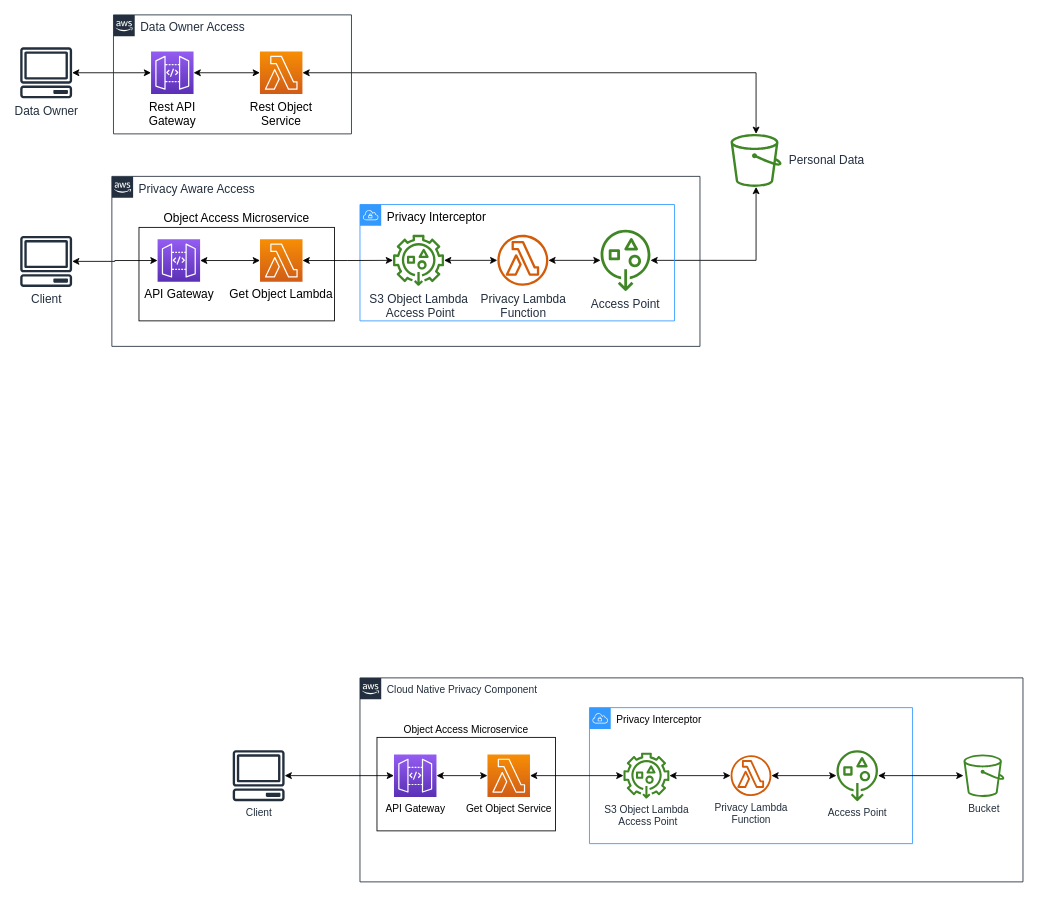
Before: privacy-component/template.drawio in guttenberger/peng, a draw.io diagram. Source tidied: cells renumbered, new cells numbered last; positions are measured from the earlier drawing's top-left corner, leaving out a move shared by most shapes. Both pictures are drawn from the tidied source at 85%, with x=0, y=0 at pixel (20, 14).
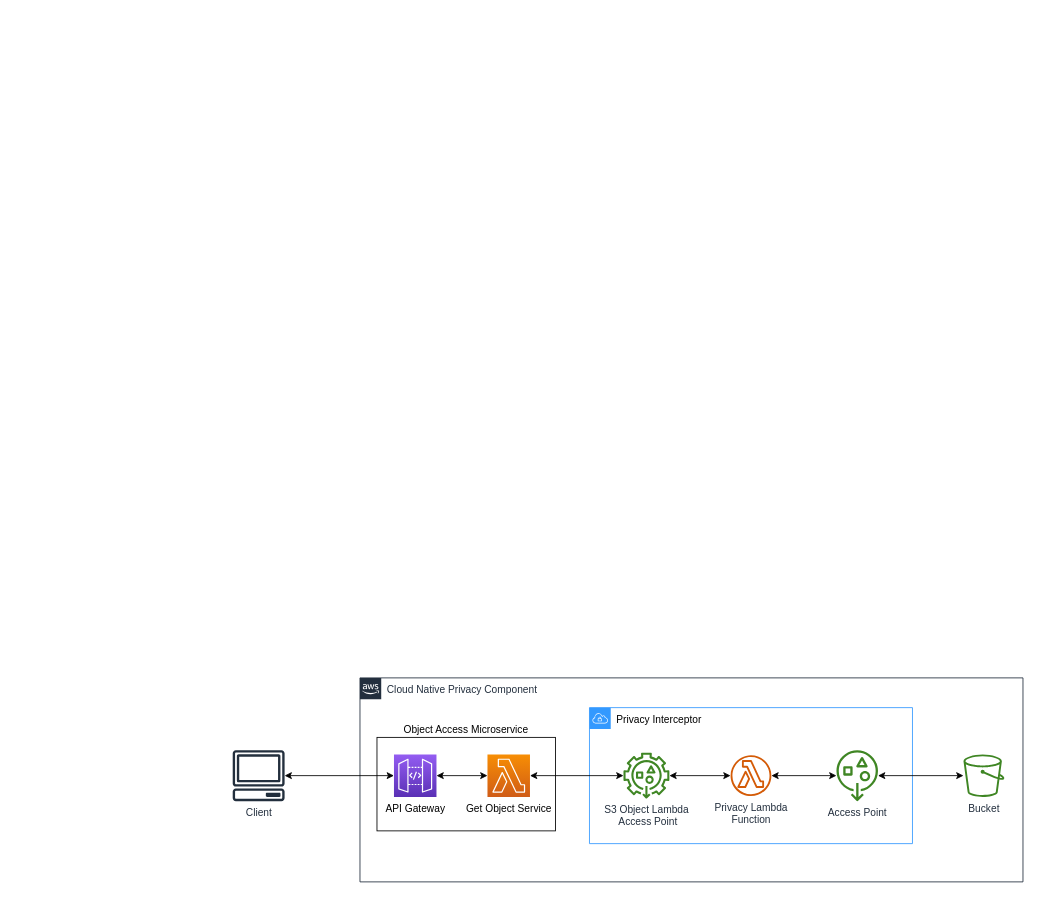
Above is the later version.

Commit message (it also covers changes not shown here):
add architecture diagram

Diff of the diagram source:
```diff
@@
-    <mxCell id="2" style="edgeStyle=orthogonalEdgeStyle;rounded=0;jettySize=auto;html=1;fontColor=#000000;fontSize=14;startArrow=classic;startFill=1;" parent="1" edge="1" source="34" target="24">
-      <mxGeometry relative="1" as="geometry" />
-    </mxCell>
-    <mxCell id="3" style="edgeStyle=orthogonalEdgeStyle;rounded=0;jettySize=auto;html=1;fontColor=#000000;fontSize=14;startArrow=classic;startFill=1;" parent="1" edge="1" source="4" target="33">
-      <mxGeometry relative="1" as="geometry" />
-    </mxCell>
-    <mxCell id="4" value="Data Owner" style="sketch=0;outlineConnect=0;fontColor=#232F3E;gradientColor=none;fillColor=#232F3D;strokeColor=none;dashed=0;verticalLabelPosition=bottom;verticalAlign=top;align=center;html=1;fontSize=14;fontStyle=0;shape=mxgraph.aws4.client;" parent="1" vertex="1">
-      <mxGeometry y="38.1" width="61.6" height="60" as="geometry" />
-    </mxCell>
-    <mxCell id="5" style="edgeStyle=orthogonalEdgeStyle;rounded=0;jettySize=auto;html=1;fontSize=14;fontColor=#000000;startArrow=classic;startFill=1;" parent="1" edge="1" source="6" target="30">
-      <mxGeometry relative="1" as="geometry" />
-    </mxCell>
-    <mxCell id="6" value="Client" style="sketch=0;outlineConnect=0;fontColor=#232F3E;gradientColor=none;fillColor=#232F3D;strokeColor=none;dashed=0;verticalLabelPosition=bottom;verticalAlign=top;align=center;html=1;fontSize=14;fontStyle=0;shape=mxgraph.aws4.client;" parent="1" vertex="1">
-      <mxGeometry y="260" width="61.6" height="60" as="geometry" />
-    </mxCell>
@@
-    <mxCell id="24" value="Personal Data" style="sketch=0;outlineConnect=0;fontColor=#232F3E;gradientColor=none;fillColor=#3F8624;strokeColor=none;dashed=0;verticalLabelPosition=middle;verticalAlign=middle;align=left;html=1;fontSize=14;fontStyle=0;shape=mxgraph.aws4.bucket;labelPosition=right;spacingLeft=7;" parent="1" vertex="1">
-      <mxGeometry x="836" y="140" width="60" height="62.4" as="geometry" />
-    </mxCell>
-    <mxCell id="25" style="group;fontSize=14;" parent="1" vertex="1">
-      <mxGeometry x="140" y="250" width="230" height="110" as="geometry" />
-    </mxCell>
-    <mxCell id="26" value="Object Access Microservice" style="rounded=0;whiteSpace=wrap;html=1;fontColor=#000000;strokeColor=#000000;fillColor=none;gradientColor=none;labelPosition=center;verticalLabelPosition=top;align=center;verticalAlign=bottom;fontSize=14;" parent="25" vertex="1">
-      <mxGeometry width="230" height="110" as="geometry" />
-    </mxCell>
-    <mxCell id="27" style="group;fontSize=14;" parent="25" vertex="1">
-      <mxGeometry x="21.9" y="14" width="175.2" height="50" as="geometry" />
-    </mxCell>
-    <mxCell id="28" value="Get Object Lambda" style="outlineConnect=0;fontColor=#000000;gradientColor=#F78E04;gradientDirection=north;fillColor=#D05C17;strokeColor=#ffffff;dashed=0;verticalLabelPosition=bottom;verticalAlign=top;align=center;html=1;fontSize=14;fontStyle=0;shape=mxgraph.aws4.resourceIcon;resIcon=mxgraph.aws4.lambda;" parent="27" vertex="1">
-      <mxGeometry x="120.5" width="50" height="50" as="geometry" />
-    </mxCell>
-    <mxCell id="29" style="edgeStyle=orthogonalEdgeStyle;rounded=0;jettySize=auto;html=1;fontSize=14;fontColor=#000000;startArrow=classic;startFill=1;" parent="27" edge="1" source="30" target="28">
-      <mxGeometry relative="1" as="geometry" />
-    </mxCell>
-    <mxCell id="30" value="API Gateway" style="outlineConnect=0;fontColor=#000000;gradientColor=#945DF2;gradientDirection=north;fillColor=#5A30B5;strokeColor=#ffffff;dashed=0;verticalLabelPosition=bottom;verticalAlign=top;align=center;html=1;fontSize=14;fontStyle=0;shape=mxgraph.aws4.resourceIcon;resIcon=mxgraph.aws4.api_gateway;" parent="27" vertex="1">
-      <mxGeometry width="50" height="50" as="geometry" />
-    </mxCell>
-    <mxCell id="31" style="edgeStyle=orthogonalEdgeStyle;rounded=0;jettySize=auto;html=1;fontColor=#000000;fontSize=14;startArrow=classic;startFill=1;" parent="1" edge="1" source="43" target="24">
-      <mxGeometry relative="1" as="geometry" />
-    </mxCell>
-    <mxCell id="32" style="group;fontSize=14;" parent="1" vertex="1">
-      <mxGeometry x="110" width="280" height="140" as="geometry" />
-    </mxCell>
-    <mxCell id="33" value="Rest API&lt;br&gt;Gateway" style="outlineConnect=0;fontColor=#000000;gradientColor=#945DF2;gradientDirection=north;fillColor=#5A30B5;strokeColor=#ffffff;dashed=0;verticalLabelPosition=bottom;verticalAlign=top;align=center;html=1;fontSize=14;fontStyle=0;shape=mxgraph.aws4.resourceIcon;resIcon=mxgraph.aws4.api_gateway;" parent="32" vertex="1">
-      <mxGeometry x="44.2" y="43.1" width="50" height="50" as="geometry" />
-    </mxCell>
-    <mxCell id="34" value="Rest Object&lt;br&gt;Service" style="outlineConnect=0;fontColor=#000000;gradientColor=#F78E04;gradientDirection=north;fillColor=#D05C17;strokeColor=#ffffff;dashed=0;verticalLabelPosition=bottom;verticalAlign=top;align=center;html=1;fontSize=14;fontStyle=0;shape=mxgraph.aws4.resourceIcon;resIcon=mxgraph.aws4.lambda;" parent="32" vertex="1">
-      <mxGeometry x="172.3" y="43.1" width="50" height="50" as="geometry" />
-    </mxCell>
-    <mxCell id="35" style="edgeStyle=orthogonalEdgeStyle;rounded=0;jettySize=auto;html=1;fontColor=#000000;fontSize=14;startArrow=classic;startFill=1;" parent="32" edge="1" source="33" target="34">
-      <mxGeometry relative="1" as="geometry" />
-    </mxCell>
-    <mxCell id="36" value="Data Owner Access" style="gradientColor=none;html=1;whiteSpace=wrap;fontSize=14;fontStyle=0;shape=mxgraph.aws4.group;grIcon=mxgraph.aws4.group_aws_cloud_alt;strokeColor=#232F3E;fillColor=none;verticalAlign=top;align=left;spacingLeft=30;fontColor=#232F3E;dashed=0;" parent="32" vertex="1">
-      <mxGeometry width="280" height="140" as="geometry" />
-    </mxCell>
-    <mxCell id="37" value="Privacy Aware Access" style="gradientColor=none;html=1;whiteSpace=wrap;fontSize=14;fontStyle=0;shape=mxgraph.aws4.group;grIcon=mxgraph.aws4.group_aws_cloud_alt;strokeColor=#232F3E;fillColor=none;verticalAlign=top;align=left;spacingLeft=30;fontColor=#232F3E;dashed=0;" parent="1" vertex="1">
-      <mxGeometry x="108.1" y="190" width="691.9" height="200" as="geometry" />
-    </mxCell>
-    <mxCell id="38" style="group;" parent="37" vertex="1">
-      <mxGeometry x="291.9" y="33.1" width="370" height="136.9" as="geometry" />
-    </mxCell>
-    <mxCell id="39" value="Privacy Interceptor" style="sketch=0;html=1;whiteSpace=wrap;fontSize=14;fontStyle=0;shape=mxgraph.aws4.group;grIcon=mxgraph.aws4.group_vpc;strokeColor=#3399FF;fillColor=none;verticalAlign=top;align=left;spacingLeft=30;dashed=0;gradientColor=none;" parent="38" vertex="1">
-      <mxGeometry width="370" height="136.9" as="geometry" />
-    </mxCell>
-    <mxCell id="40" value="S3 Object Lambda&lt;br style=&quot;font-size: 14px;&quot;&gt;&amp;nbsp;Access Point" style="sketch=0;outlineConnect=0;fontColor=#232F3E;gradientColor=none;fillColor=#3F8624;strokeColor=none;dashed=0;verticalLabelPosition=bottom;verticalAlign=top;align=center;html=1;fontSize=14;fontStyle=0;shape=mxgraph.aws4.s3_object_lambda_access_points;" parent="38" vertex="1">
-      <mxGeometry x="38.9" y="35.7" width="60" height="60" as="geometry" />
-    </mxCell>
-    <mxCell id="41" value="Privacy Lambda &lt;br style=&quot;font-size: 14px;&quot;&gt;Function" style="sketch=0;outlineConnect=0;fontColor=#232F3E;gradientColor=none;fillColor=#D45B07;strokeColor=none;dashed=0;verticalLabelPosition=bottom;verticalAlign=top;align=center;html=1;fontSize=14;fontStyle=0;shape=mxgraph.aws4.lambda_function;" parent="38" vertex="1">
-      <mxGeometry x="161.6" y="35.7" width="60" height="60" as="geometry" />
-    </mxCell>
-    <mxCell id="42" style="edgeStyle=orthogonalEdgeStyle;rounded=0;jettySize=auto;html=1;fontSize=14;fontColor=#000000;startArrow=classic;startFill=1;" parent="38" edge="1" source="40" target="41">
-      <mxGeometry relative="1" as="geometry" />
-    </mxCell>
-    <mxCell id="43" value="Access Point" style="sketch=0;outlineConnect=0;fontColor=#232F3E;gradientColor=none;fillColor=#3F8624;strokeColor=none;dashed=0;verticalLabelPosition=bottom;verticalAlign=top;align=center;html=1;fontSize=14;fontStyle=0;shape=mxgraph.aws4.general_access_points;" parent="38" vertex="1">
-      <mxGeometry x="282.4" y="29.7" width="60" height="72" as="geometry" />
-    </mxCell>
-    <mxCell id="44" style="edgeStyle=orthogonalEdgeStyle;rounded=0;jettySize=auto;html=1;fontSize=14;fontColor=#000000;startArrow=classic;startFill=1;" parent="38" edge="1" source="41" target="43">
-      <mxGeometry relative="1" as="geometry" />
-    </mxCell>
-    <mxCell id="45" style="edgeStyle=orthogonalEdgeStyle;rounded=0;jettySize=auto;html=1;fontSize=14;fontColor=#000000;startArrow=classic;startFill=1;" parent="1" edge="1" source="28" target="40">
-      <mxGeometry relative="1" as="geometry" />
-    </mxCell>
```
